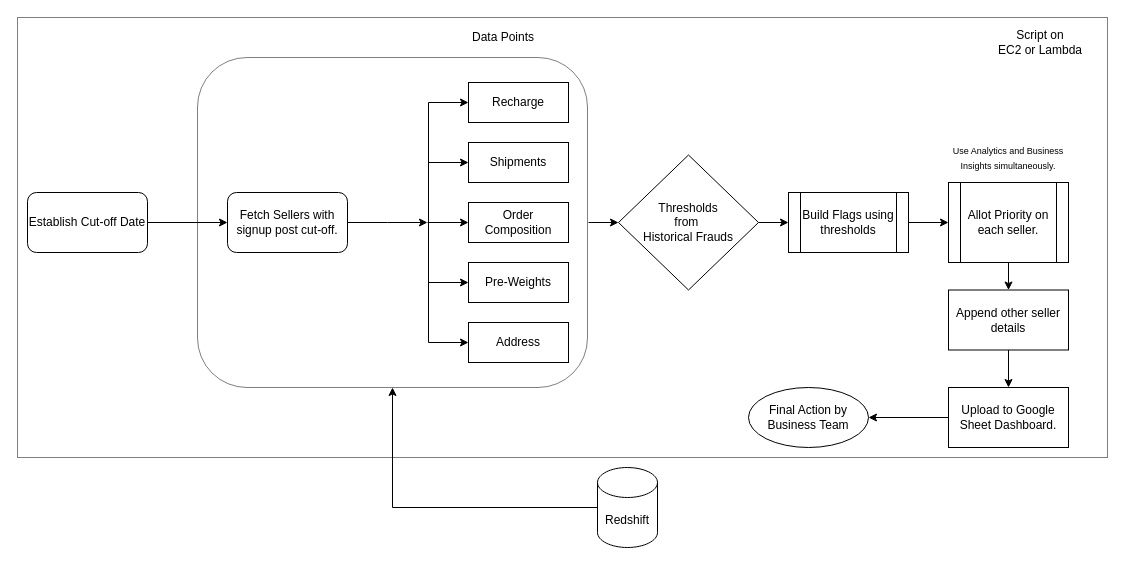
Before: SellerFraud-HLD.drawio in rocket-yg/charts, a draw.io diagram. Source tidied: cells renumbered, new cells numbered last; positions are measured from the earlier drawing's top-left corner, leaving out a move shared by most shapes. Both pictures are drawn from the tidied source at 100%, with x=0, y=0 at pixel (17, 17).
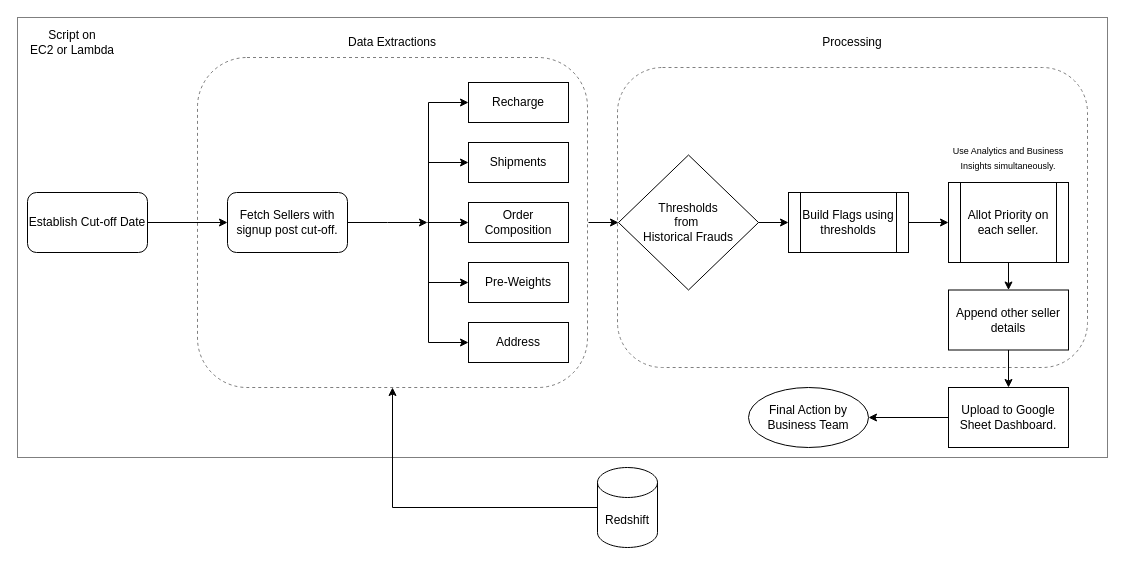
After the change.

Commit message:
created process boxes

The edit, as a diff of the source:
```diff
@@
+    <mxCell id="36" style="rounded=1;whiteSpace=wrap;html=1;dashed=1;" parent="1" vertex="1">
+      <mxGeometry x="600" y="50" width="470" height="300" as="geometry" />
+    </mxCell>
@@
-    <mxCell id="3" style="rounded=1;whiteSpace=wrap;html=1;opacity=50;" parent="1" vertex="1">
+    <mxCell id="3" style="rounded=1;whiteSpace=wrap;html=1;opacity=50;dashed=1;" parent="1" vertex="1">
       <mxGeometry x="180" y="40" width="390" height="330" as="geometry" />
     </mxCell>
@@
-    <mxCell id="20" value="Data Points" style="text;html=1;strokeColor=none;fillColor=none;align=center;verticalAlign=middle;whiteSpace=wrap;rounded=0;opacity=20;" parent="1" vertex="1">
-      <mxGeometry x="446" y="5" width="80" height="30" as="geometry" />
+    <mxCell id="20" value="Data Extractions" style="text;html=1;strokeColor=none;fillColor=none;align=center;verticalAlign=middle;whiteSpace=wrap;rounded=0;opacity=20;" parent="1" vertex="1">
+      <mxGeometry x="328" y="10" width="94" height="30" as="geometry" />
     </mxCell>
@@
     <mxCell id="34" value="Script on &lt;br&gt;EC2 or Lambda" style="text;html=1;strokeColor=none;fillColor=none;align=center;verticalAlign=middle;whiteSpace=wrap;rounded=0;opacity=50;" parent="1" vertex="1">
-      <mxGeometry x="978" y="10" width="90" height="30" as="geometry" />
+      <mxGeometry x="10" y="10" width="90" height="30" as="geometry" />
     </mxCell>
@@
+    <mxCell id="37" value="Processing" style="text;html=1;strokeColor=none;fillColor=none;align=center;verticalAlign=middle;whiteSpace=wrap;rounded=0;dashed=1;" parent="1" vertex="1">
+      <mxGeometry x="805" y="10" width="60" height="30" as="geometry" />
+    </mxCell>
```
